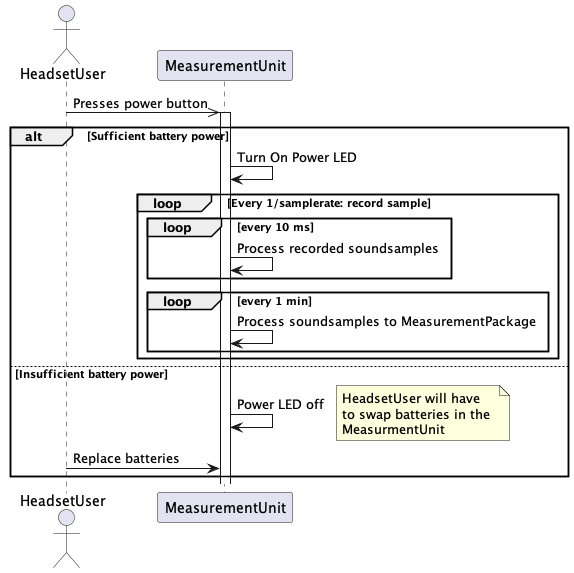
Before: Structure/System/SequenceDiagrams/out/sequence_turn_on_mu_ver2.png, a diagram exported from PlantUML (VilliamBo/Bachelor).
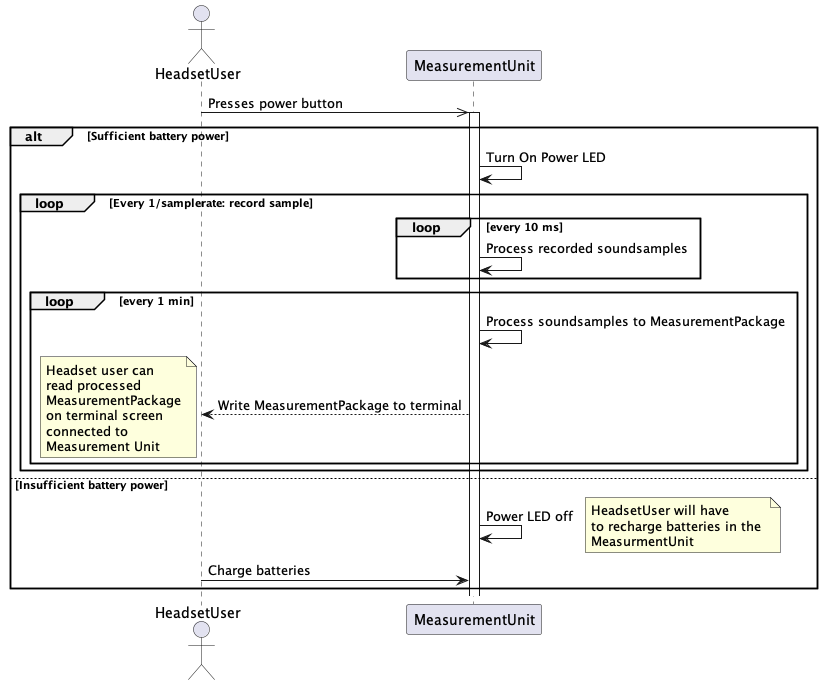
After the commit.

Diff of the diagram source:
```diff
@@ -15,6 +15,15 @@
 
     loop every 1 min
         mu -> mu : Process soundsamples to MeasurementPackage
+        mu --> hu : Write MeasurementPackage to terminal
+        note left
+        Headset user can
+        read processed
+        MeasurementPackage
+        on terminal screen
+        connected to
+        Measurement Unit
+        end note
     end
 
     end
@@ -24,10 +33,10 @@
 
     note right
     HeadsetUser will have
-    to swap batteries in the
+    to recharge batteries in the
     MeasurmentUnit
     end note
 
-    hu -> mu: Replace batteries
+    hu -> mu: Charge batteries
 end
 @enduml
```
